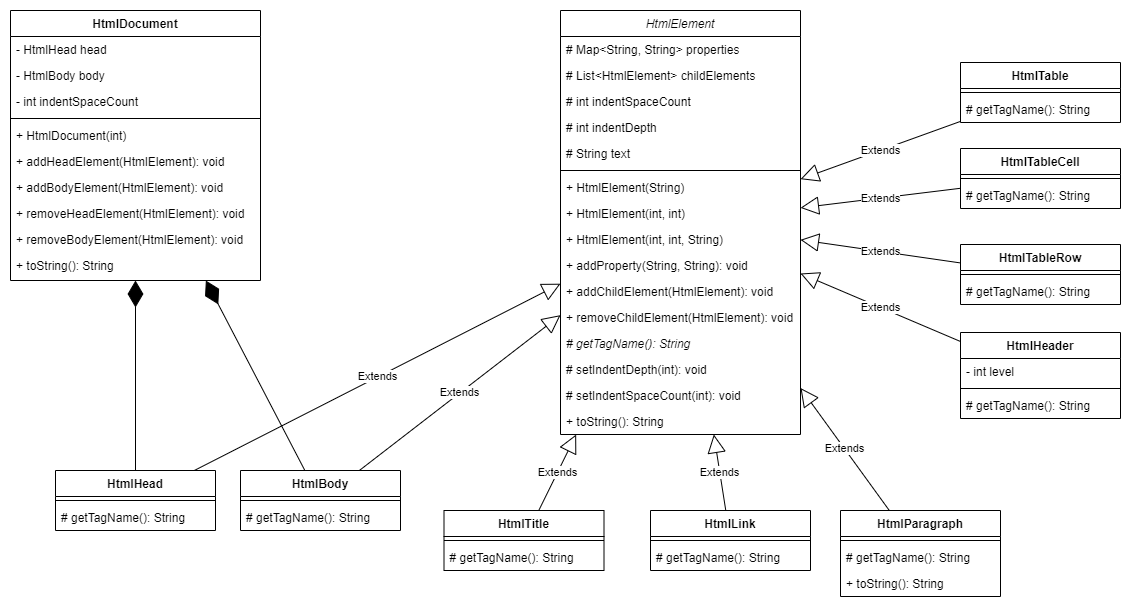
The draw.io diagram UML/Html-generator-drawio.png in Vajaylm/HtmlGenerator, before a commit. Source tidied: cells renumbered, new cells last; positions are measured from the earlier drawing's top-left corner, leaving out a move shared by most shapes.
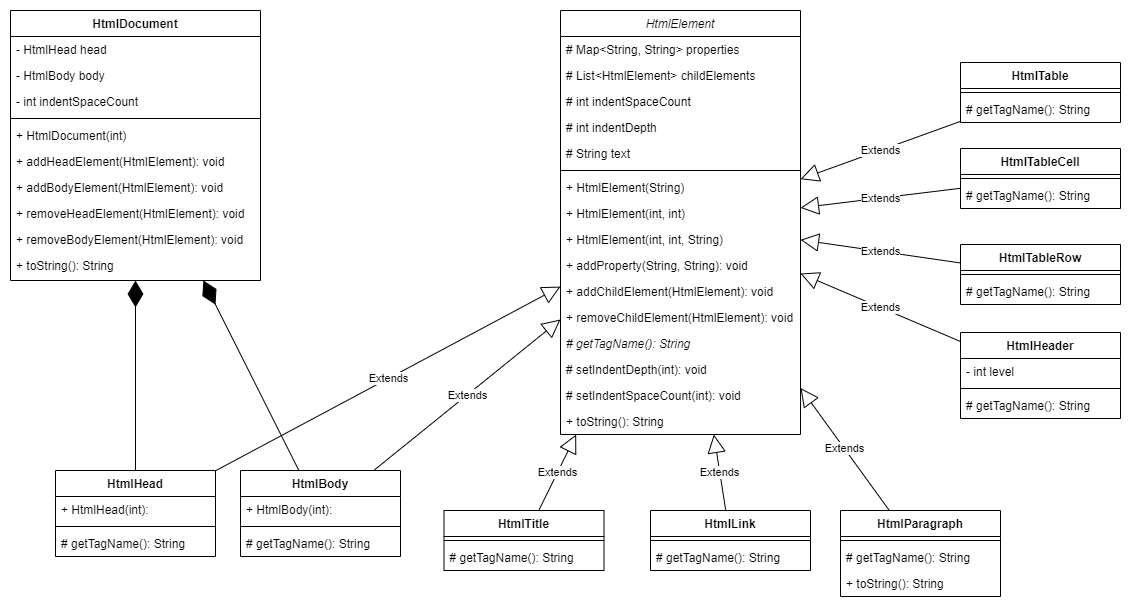
The same diagram one commit later.

What changed in the source:
```diff
@@ -87,25 +87,31 @@
       <mxGeometry y="242" width="250" height="26" as="geometry" />
     </mxCell>
     <mxCell id="30" value="HtmlBody" style="swimlane;fontStyle=1;align=center;verticalAlign=top;horizontal=1;startSize=26;" parent="1" vertex="1">
-      <mxGeometry x="230" y="460" width="160" height="60" as="geometry" />
+      <mxGeometry x="230" y="460" width="160" height="86" as="geometry" />
     </mxCell>
+    <mxCell id="70" value="+ HtmlBody(int): " style="text;strokeColor=none;fillColor=none;align=left;verticalAlign=top;spacingLeft=4;spacingRight=4;overflow=hidden;" parent="30" vertex="1">
+      <mxGeometry y="26" width="160" height="26" as="geometry" />
+    </mxCell>
     <mxCell id="31" style="line;strokeWidth=1;fillColor=none;align=left;verticalAlign=middle;spacingTop=-1;spacingLeft=3;spacingRight=3;labelPosition=right;strokeColor=inherit;" parent="30" vertex="1">
-      <mxGeometry y="26" width="160" height="8" as="geometry" />
+      <mxGeometry y="52" width="160" height="8" as="geometry" />
     </mxCell>
     <mxCell id="32" value="# getTagName(): String" style="text;strokeColor=none;fillColor=none;align=left;verticalAlign=top;spacingLeft=4;spacingRight=4;overflow=hidden;" parent="30" vertex="1">
-      <mxGeometry y="34" width="160" height="26" as="geometry" />
+      <mxGeometry y="60" width="160" height="26" as="geometry" />
     </mxCell>
     <mxCell id="33" value="Extends" style="endArrow=block;endSize=16;endFill=0;html=1;rounded=0;" parent="1" edge="1" source="30" target="2">
       <mxGeometry relative="1" as="geometry" />
     </mxCell>
     <mxCell id="34" value="HtmlHead" style="swimlane;fontStyle=1;align=center;verticalAlign=top;horizontal=1;startSize=26;" parent="1" vertex="1">
-      <mxGeometry x="45" y="460" width="160" height="60" as="geometry" />
+      <mxGeometry x="45" y="460" width="160" height="86" as="geometry" />
     </mxCell>
+    <mxCell id="71" value="+ HtmlHead(int): " style="text;strokeColor=none;fillColor=none;align=left;verticalAlign=top;spacingLeft=4;spacingRight=4;overflow=hidden;" parent="34" vertex="1">
+      <mxGeometry y="26" width="160" height="26" as="geometry" />
+    </mxCell>
     <mxCell id="35" style="line;strokeWidth=1;fillColor=none;align=left;verticalAlign=middle;spacingTop=-1;spacingLeft=3;spacingRight=3;labelPosition=right;strokeColor=inherit;" parent="34" vertex="1">
-      <mxGeometry y="26" width="160" height="8" as="geometry" />
+      <mxGeometry y="52" width="160" height="8" as="geometry" />
     </mxCell>
     <mxCell id="36" value="# getTagName(): String" style="text;strokeColor=none;fillColor=none;align=left;verticalAlign=top;spacingLeft=4;spacingRight=4;overflow=hidden;" parent="34" vertex="1">
-      <mxGeometry y="34" width="160" height="26" as="geometry" />
+      <mxGeometry y="60" width="160" height="26" as="geometry" />
     </mxCell>
     <mxCell id="37" value="Extends" style="endArrow=block;endSize=16;endFill=0;html=1;rounded=0;" parent="1" edge="1" source="34" target="2">
       <mxGeometry relative="1" as="geometry" />
```
